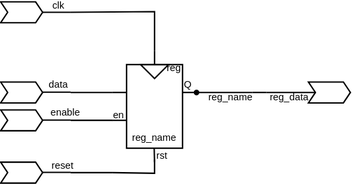
The draw.io diagram .pic/Basic Verilog structures/registers/fig_05.drawio.svg in MPSU/APS, before a commit. Source tidied: cells renumbered, new cells last; positions are measured from the earlier drawing's top-left corner, leaving out a move shared by most shapes. Its diagram source:
```xml
<mxGraphModel>
  <root>
    <mxCell id="0" />
    <mxCell id="1" parent="0" />
    <mxCell id="2" value="&lt;font style=&quot;font-size: 7px;&quot;&gt;reg_name&lt;/font&gt;" style="rounded=0;whiteSpace=wrap;html=1;verticalAlign=bottom;spacingBottom=0;fillColor=none;" parent="1" vertex="1">
      <mxGeometry x="90" y="45" width="40" height="60" as="geometry" />
    </mxCell>
    <mxCell id="3" value="reg" style="text;html=1;strokeColor=none;fillColor=none;align=center;verticalAlign=middle;whiteSpace=wrap;rounded=0;fontSize=7;" parent="1" vertex="1">
      <mxGeometry x="117" y="44" width="14" height="8" as="geometry" />
    </mxCell>
    <mxCell id="4" style="endArrow=none;html=1;rounded=0;fontSize=7;" parent="1" edge="1">
      <mxGeometry relative="1" as="geometry">
        <mxPoint x="90" y="65" as="sourcePoint" />
        <mxPoint x="80" y="65" as="targetPoint" />
      </mxGeometry>
    </mxCell>
    <mxCell id="5" style="endArrow=none;html=1;rounded=0;fontSize=7;" parent="1" edge="1">
      <mxGeometry relative="1" as="geometry">
        <mxPoint x="140" y="65" as="sourcePoint" />
        <mxPoint x="130" y="65" as="targetPoint" />
      </mxGeometry>
    </mxCell>
    <mxCell id="6" style="endArrow=none;html=1;rounded=0;fontSize=7;" parent="1" edge="1">
      <mxGeometry relative="1" as="geometry">
        <mxPoint x="110" y="45" as="sourcePoint" />
        <mxPoint x="110" y="35" as="targetPoint" />
      </mxGeometry>
    </mxCell>
    <mxCell id="7" style="triangle;whiteSpace=wrap;html=1;fontSize=7;rotation=90;fillColor=none;" parent="1" vertex="1">
      <mxGeometry x="105" y="40" width="10" height="20" as="geometry" />
    </mxCell>
    <mxCell id="8" value="Q" style="text;html=1;strokeColor=none;fillColor=none;align=center;verticalAlign=middle;whiteSpace=wrap;rounded=0;fontSize=7;" parent="1" vertex="1">
      <mxGeometry x="131" y="55" width="6" height="10" as="geometry" />
    </mxCell>
    <mxCell id="9" style="endArrow=none;html=1;rounded=0;fontSize=7;startArrow=oval;startFill=1;startSize=3;" parent="1" edge="1">
      <mxGeometry relative="1" as="geometry">
        <mxPoint x="140" y="65" as="sourcePoint" />
        <mxPoint x="180" y="65" as="targetPoint" />
      </mxGeometry>
    </mxCell>
    <mxCell id="10" value="&lt;font style=&quot;font-size: 7px;&quot;&gt;reg_name&lt;/font&gt;" style="edgeLabel;html=1;align=center;verticalAlign=middle;fontSize=7;labelBackgroundColor=none;" parent="9" vertex="1">
      <mxGeometry x="0.13" relative="1" as="geometry">
        <mxPoint y="3" as="offset" />
      </mxGeometry>
    </mxCell>
    <mxCell id="11" style="shape=step;perimeter=stepPerimeter;whiteSpace=wrap;html=1;fixedSize=1;labelBackgroundColor=#CB9EFF;fontSize=7;fillColor=none;size=5;" parent="1" vertex="1">
      <mxGeometry width="30" height="15" as="geometry" />
    </mxCell>
    <mxCell id="12" style="shape=step;perimeter=stepPerimeter;whiteSpace=wrap;html=1;fixedSize=1;labelBackgroundColor=#CB9EFF;fontSize=7;fillColor=none;size=5;" parent="1" vertex="1">
      <mxGeometry y="57.5" width="30" height="15" as="geometry" />
    </mxCell>
    <mxCell id="13" style="endArrow=none;html=1;rounded=0;fontSize=7;" parent="1" edge="1">
      <mxGeometry relative="1" as="geometry">
        <mxPoint x="50" y="64.8" as="sourcePoint" />
        <mxPoint x="30" y="64.8" as="targetPoint" />
      </mxGeometry>
    </mxCell>
    <mxCell id="14" value="data" style="edgeLabel;html=1;align=center;verticalAlign=middle;fontSize=7;labelBackgroundColor=none;" parent="13" vertex="1">
      <mxGeometry x="0.2" relative="1" as="geometry">
        <mxPoint x="2" y="-5" as="offset" />
      </mxGeometry>
    </mxCell>
    <mxCell id="15" style="endArrow=none;html=1;rounded=0;fontSize=7;" parent="1" edge="1">
      <mxGeometry relative="1" as="geometry">
        <mxPoint x="30" y="7.5" as="sourcePoint" />
        <mxPoint x="50" y="7.5" as="targetPoint" />
      </mxGeometry>
    </mxCell>
    <mxCell id="16" value="clk" style="edgeLabel;html=1;align=center;verticalAlign=middle;fontSize=7;labelBackgroundColor=none;" parent="15" vertex="1">
      <mxGeometry x="0.4" y="-1" relative="1" as="geometry">
        <mxPoint x="-4" y="-6" as="offset" />
      </mxGeometry>
    </mxCell>
    <mxCell id="17" style="shape=step;perimeter=stepPerimeter;whiteSpace=wrap;html=1;fixedSize=1;labelBackgroundColor=#CB9EFF;fontSize=7;fillColor=none;size=5;" parent="1" vertex="1">
      <mxGeometry x="220" y="57.5" width="30" height="15" as="geometry" />
    </mxCell>
    <mxCell id="18" style="endArrow=none;html=1;rounded=0;fontSize=7;" parent="1" edge="1">
      <mxGeometry relative="1" as="geometry">
        <mxPoint x="225" y="65" as="sourcePoint" />
        <mxPoint x="190" y="65" as="targetPoint" />
      </mxGeometry>
    </mxCell>
    <mxCell id="19" value="reg_data" style="edgeLabel;html=1;align=center;verticalAlign=middle;fontSize=7;labelBackgroundColor=none;" parent="18" vertex="1">
      <mxGeometry x="0.2" relative="1" as="geometry">
        <mxPoint x="1" y="3" as="offset" />
      </mxGeometry>
    </mxCell>
    <mxCell id="20" style="endArrow=none;html=1;rounded=0;fontSize=7;" parent="1" edge="1">
      <mxGeometry relative="1" as="geometry">
        <mxPoint x="50" y="65" as="sourcePoint" />
        <mxPoint x="80" y="65" as="targetPoint" />
      </mxGeometry>
    </mxCell>
    <mxCell id="21" style="endArrow=none;html=1;rounded=0;fontSize=7;" parent="1" edge="1">
      <mxGeometry relative="1" as="geometry">
        <mxPoint x="110" y="35" as="sourcePoint" />
        <mxPoint x="50" y="7.5" as="targetPoint" />
        <Array as="points">
          <mxPoint x="110" y="7" />
        </Array>
      </mxGeometry>
    </mxCell>
    <mxCell id="22" style="endArrow=none;html=1;rounded=0;fontSize=7;" parent="1" edge="1">
      <mxGeometry relative="1" as="geometry">
        <mxPoint x="180" y="65" as="sourcePoint" />
        <mxPoint x="190" y="65" as="targetPoint" />
      </mxGeometry>
    </mxCell>
    <mxCell id="23" style="endArrow=none;html=1;rounded=0;fontSize=7;" parent="1" edge="1">
      <mxGeometry relative="1" as="geometry">
        <mxPoint x="79.8" y="85" as="sourcePoint" />
        <mxPoint x="89.8" y="85" as="targetPoint" />
      </mxGeometry>
    </mxCell>
    <mxCell id="24" value="en" style="edgeLabel;html=1;align=center;verticalAlign=middle;fontSize=7;labelBackgroundColor=none;" parent="23" vertex="1">
      <mxGeometry x="-0.41" relative="1" as="geometry">
        <mxPoint x="1" y="-4" as="offset" />
      </mxGeometry>
    </mxCell>
    <mxCell id="25" style="endArrow=none;html=1;rounded=0;fontSize=7;" parent="1" edge="1">
      <mxGeometry relative="1" as="geometry">
        <mxPoint x="110" y="115" as="sourcePoint" />
        <mxPoint x="109.8" y="105" as="targetPoint" />
      </mxGeometry>
    </mxCell>
    <mxCell id="26" value="rst" style="edgeLabel;html=1;align=center;verticalAlign=middle;fontSize=7;" parent="25" vertex="1">
      <mxGeometry x="0.41" relative="1" as="geometry">
        <mxPoint x="5" y="2" as="offset" />
      </mxGeometry>
    </mxCell>
    <mxCell id="27" style="group;" parent="1" vertex="1">
      <mxGeometry y="77.5" width="80" height="15" as="geometry" />
    </mxCell>
    <mxCell id="28" style="shape=step;perimeter=stepPerimeter;whiteSpace=wrap;html=1;fixedSize=1;labelBackgroundColor=#CB9EFF;fontSize=7;fillColor=none;size=5;" parent="27" vertex="1">
      <mxGeometry width="30" height="15" as="geometry" />
    </mxCell>
    <mxCell id="29" style="endArrow=none;html=1;rounded=0;fontSize=7;" parent="27" edge="1">
      <mxGeometry relative="1" as="geometry">
        <mxPoint x="50" y="7.3" as="sourcePoint" />
        <mxPoint x="30" y="7.3" as="targetPoint" />
      </mxGeometry>
    </mxCell>
    <mxCell id="30" value="enable" style="edgeLabel;html=1;align=center;verticalAlign=middle;fontSize=7;labelBackgroundColor=none;" parent="29" vertex="1">
      <mxGeometry x="0.2" relative="1" as="geometry">
        <mxPoint x="7" y="-5" as="offset" />
      </mxGeometry>
    </mxCell>
    <mxCell id="31" style="endArrow=none;html=1;rounded=0;fontSize=7;" parent="27" edge="1">
      <mxGeometry relative="1" as="geometry">
        <mxPoint x="50" y="7.5" as="sourcePoint" />
        <mxPoint x="80" y="7.5" as="targetPoint" />
      </mxGeometry>
    </mxCell>
    <mxCell id="32" style="group;" parent="1" vertex="1">
      <mxGeometry y="115" width="80" height="15" as="geometry" />
    </mxCell>
    <mxCell id="33" style="shape=step;perimeter=stepPerimeter;whiteSpace=wrap;html=1;fixedSize=1;labelBackgroundColor=#CB9EFF;fontSize=7;fillColor=none;size=5;" parent="32" vertex="1">
      <mxGeometry width="30" height="15" as="geometry" />
    </mxCell>
    <mxCell id="34" style="endArrow=none;html=1;rounded=0;fontSize=7;" parent="32" edge="1">
      <mxGeometry relative="1" as="geometry">
        <mxPoint x="50" y="7.3" as="sourcePoint" />
        <mxPoint x="30" y="7.3" as="targetPoint" />
      </mxGeometry>
    </mxCell>
    <mxCell id="35" value="reset" style="edgeLabel;html=1;align=center;verticalAlign=middle;fontSize=7;labelBackgroundColor=none;" parent="34" vertex="1">
      <mxGeometry x="0.2" relative="1" as="geometry">
        <mxPoint x="5" y="-5" as="offset" />
      </mxGeometry>
    </mxCell>
    <mxCell id="36" style="endArrow=none;html=1;rounded=0;fontSize=7;" parent="32" edge="1">
      <mxGeometry relative="1" as="geometry">
        <mxPoint x="50" y="7.5" as="sourcePoint" />
        <mxPoint x="80" y="7.5" as="targetPoint" />
      </mxGeometry>
    </mxCell>
    <mxCell id="37" style="endArrow=none;html=1;rounded=0;fontSize=7;" parent="1" edge="1">
      <mxGeometry relative="1" as="geometry">
        <mxPoint x="80" y="122.5" as="sourcePoint" />
        <mxPoint x="110" y="113" as="targetPoint" />
        <Array as="points">
          <mxPoint x="110" y="123" />
        </Array>
      </mxGeometry>
    </mxCell>
  </root>
</mxGraphModel>
```
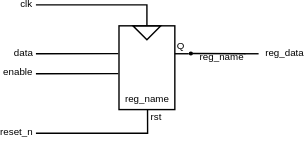
After the commit.

The edit, as a diff of the source:
```diff
@@ -3,185 +3,84 @@
     <mxCell id="0" />
     <mxCell id="1" parent="0" />
     <mxCell id="2" value="&lt;font style=&quot;font-size: 7px;&quot;&gt;reg_name&lt;/font&gt;" style="rounded=0;whiteSpace=wrap;html=1;verticalAlign=bottom;spacingBottom=0;fillColor=none;" parent="1" vertex="1">
-      <mxGeometry x="90" y="45" width="40" height="60" as="geometry" />
+      <mxGeometry x="-192.5" y="76" width="40" height="60" as="geometry" />
     </mxCell>
-    <mxCell id="3" value="reg" style="text;html=1;strokeColor=none;fillColor=none;align=center;verticalAlign=middle;whiteSpace=wrap;rounded=0;fontSize=7;" parent="1" vertex="1">
-      <mxGeometry x="117" y="44" width="14" height="8" as="geometry" />
+    <mxCell id="3" style="endArrow=none;html=1;rounded=0;fontSize=7;" parent="1" edge="1">
+      <mxGeometry relative="1" as="geometry">
+        <mxPoint x="-142.5" y="96" as="sourcePoint" />
+        <mxPoint x="-152.5" y="96" as="targetPoint" />
+      </mxGeometry>
     </mxCell>
-    <mxCell id="4" style="endArrow=none;html=1;rounded=0;fontSize=7;" parent="1" edge="1">
+    <mxCell id="4" style="edgeStyle=orthogonalEdgeStyle;rounded=0;jettySize=auto;html=1;exitX=0;exitY=0.5;exitDx=0;exitDy=0;endArrow=none;endFill=0;" parent="1" edge="1" source="5">
       <mxGeometry relative="1" as="geometry">
-        <mxPoint x="90" y="65" as="sourcePoint" />
-        <mxPoint x="80" y="65" as="targetPoint" />
+        <mxPoint x="-252" y="61" as="targetPoint" />
+        <Array as="points">
+          <mxPoint x="-172" y="61" />
+        </Array>
       </mxGeometry>
     </mxCell>
-    <mxCell id="5" style="endArrow=none;html=1;rounded=0;fontSize=7;" parent="1" edge="1">
-      <mxGeometry relative="1" as="geometry">
-        <mxPoint x="140" y="65" as="sourcePoint" />
-        <mxPoint x="130" y="65" as="targetPoint" />
-      </mxGeometry>
+    <mxCell id="5" style="triangle;whiteSpace=wrap;html=1;fontSize=7;rotation=90;fillColor=none;" parent="1" vertex="1">
+      <mxGeometry x="-177.5" y="71" width="10" height="20" as="geometry" />
     </mxCell>
-    <mxCell id="6" style="endArrow=none;html=1;rounded=0;fontSize=7;" parent="1" edge="1">
-      <mxGeometry relative="1" as="geometry">
-        <mxPoint x="110" y="45" as="sourcePoint" />
-        <mxPoint x="110" y="35" as="targetPoint" />
-      </mxGeometry>
+    <mxCell id="6" value="Q" style="text;html=1;strokeColor=none;fillColor=none;align=center;verticalAlign=middle;whiteSpace=wrap;rounded=0;fontSize=7;" parent="1" vertex="1">
+      <mxGeometry x="-151.5" y="86" width="6" height="10" as="geometry" />
     </mxCell>
-    <mxCell id="7" style="triangle;whiteSpace=wrap;html=1;fontSize=7;rotation=90;fillColor=none;" parent="1" vertex="1">
-      <mxGeometry x="105" y="40" width="10" height="20" as="geometry" />
+    <mxCell id="7" style="endArrow=none;html=1;rounded=0;fontSize=7;startArrow=oval;startFill=1;endSize=6;startSize=2;" parent="1" edge="1">
+      <mxGeometry relative="1" as="geometry">
+        <mxPoint x="-141" y="95.8" as="sourcePoint" />
+        <mxPoint x="-102" y="96" as="targetPoint" />
+      </mxGeometry>
     </mxCell>
-    <mxCell id="8" value="Q" style="text;html=1;strokeColor=none;fillColor=none;align=center;verticalAlign=middle;whiteSpace=wrap;rounded=0;fontSize=7;" parent="1" vertex="1">
-      <mxGeometry x="131" y="55" width="6" height="10" as="geometry" />
+    <mxCell id="8" value="&lt;font style=&quot;font-size: 7px;&quot;&gt;reg_name&lt;/font&gt;" style="edgeLabel;html=1;align=center;verticalAlign=middle;fontSize=7;labelBackgroundColor=none;" parent="7" vertex="1">
+      <mxGeometry x="0.13" relative="1" as="geometry">
+        <mxPoint y="3" as="offset" />
+      </mxGeometry>
     </mxCell>
-    <mxCell id="9" style="endArrow=none;html=1;rounded=0;fontSize=7;startArrow=oval;startFill=1;startSize=3;" parent="1" edge="1">
+    <mxCell id="9" style="endArrow=none;html=1;rounded=0;fontSize=7;" parent="1" edge="1">
       <mxGeometry relative="1" as="geometry">
-        <mxPoint x="140" y="65" as="sourcePoint" />
-        <mxPoint x="180" y="65" as="targetPoint" />
+        <mxPoint x="-102.5" y="96" as="sourcePoint" />
+        <mxPoint x="-92.5" y="96" as="targetPoint" />
       </mxGeometry>
     </mxCell>
-    <mxCell id="10" value="&lt;font style=&quot;font-size: 7px;&quot;&gt;reg_name&lt;/font&gt;" style="edgeLabel;html=1;align=center;verticalAlign=middle;fontSize=7;labelBackgroundColor=none;" parent="9" vertex="1">
-      <mxGeometry x="0.13" relative="1" as="geometry">
-        <mxPoint y="3" as="offset" />
+    <mxCell id="10" style="endArrow=none;html=1;rounded=0;fontSize=7;entryX=0.511;entryY=0.992;entryDx=0;entryDy=0;entryPerimeter=0;" parent="1" edge="1" target="2">
+      <mxGeometry relative="1" as="geometry">
+        <mxPoint x="-252" y="153" as="sourcePoint" />
+        <Array as="points">
+          <mxPoint x="-172" y="153" />
+        </Array>
       </mxGeometry>
     </mxCell>
-    <mxCell id="11" style="shape=step;perimeter=stepPerimeter;whiteSpace=wrap;html=1;fixedSize=1;labelBackgroundColor=#CB9EFF;fontSize=7;fillColor=none;size=5;" parent="1" vertex="1">
-      <mxGeometry width="30" height="15" as="geometry" />
+    <mxCell id="11" value="rst" style="edgeLabel;html=1;align=center;verticalAlign=middle;fontSize=7;" parent="10" vertex="1">
+      <mxGeometry x="0.41" relative="1" as="geometry">
+        <mxPoint x="17" y="-11" as="offset" />
+      </mxGeometry>
     </mxCell>
-    <mxCell id="12" style="shape=step;perimeter=stepPerimeter;whiteSpace=wrap;html=1;fixedSize=1;labelBackgroundColor=#CB9EFF;fontSize=7;fillColor=none;size=5;" parent="1" vertex="1">
-      <mxGeometry y="57.5" width="30" height="15" as="geometry" />
+    <mxCell id="12" style="edgeStyle=orthogonalEdgeStyle;rounded=0;orthogonalLoop=1;jettySize=auto;html=1;exitX=0;exitY=0.75;exitDx=0;exitDy=0;exitPerimeter=0;endArrow=none;endFill=0;" parent="1" edge="1">
+      <mxGeometry relative="1" as="geometry">
+        <mxPoint x="-193" y="110.3" as="sourcePoint" />
+        <mxPoint x="-252" y="110.3" as="targetPoint" />
+      </mxGeometry>
     </mxCell>
-    <mxCell id="13" style="endArrow=none;html=1;rounded=0;fontSize=7;" parent="1" edge="1">
-      <mxGeometry relative="1" as="geometry">
-        <mxPoint x="50" y="64.8" as="sourcePoint" />
-        <mxPoint x="30" y="64.8" as="targetPoint" />
-      </mxGeometry>
+    <mxCell id="13" value="reg_data" style="edgeLabel;html=1;align=center;verticalAlign=middle;fontSize=7;labelBackgroundColor=none;" parent="1" vertex="1">
+      <mxGeometry x="-74" y="96" as="geometry" />
     </mxCell>
-    <mxCell id="14" value="data" style="edgeLabel;html=1;align=center;verticalAlign=middle;fontSize=7;labelBackgroundColor=none;" parent="13" vertex="1">
-      <mxGeometry x="0.2" relative="1" as="geometry">
-        <mxPoint x="2" y="-5" as="offset" />
-      </mxGeometry>
+    <mxCell id="14" value="reset_n" style="edgeLabel;html=1;align=center;verticalAlign=middle;fontSize=7;labelBackgroundColor=none;" parent="1" vertex="1">
+      <mxGeometry x="-266.5" y="153.3" as="geometry" />
     </mxCell>
-    <mxCell id="15" style="endArrow=none;html=1;rounded=0;fontSize=7;" parent="1" edge="1">
-      <mxGeometry relative="1" as="geometry">
-        <mxPoint x="30" y="7.5" as="sourcePoint" />
-        <mxPoint x="50" y="7.5" as="targetPoint" />
-      </mxGeometry>
+    <mxCell id="15" value="data" style="edgeLabel;html=1;align=center;verticalAlign=middle;fontSize=7;labelBackgroundColor=none;" parent="1" vertex="1">
+      <mxGeometry x="-261" y="96" as="geometry" />
     </mxCell>
-    <mxCell id="16" value="clk" style="edgeLabel;html=1;align=center;verticalAlign=middle;fontSize=7;labelBackgroundColor=none;" parent="15" vertex="1">
-      <mxGeometry x="0.4" y="-1" relative="1" as="geometry">
-        <mxPoint x="-4" y="-6" as="offset" />
-      </mxGeometry>
+    <mxCell id="16" value="enable" style="edgeLabel;html=1;align=center;verticalAlign=middle;fontSize=7;labelBackgroundColor=none;" parent="1" vertex="1">
+      <mxGeometry x="-265" y="110" as="geometry" />
     </mxCell>
-    <mxCell id="17" style="shape=step;perimeter=stepPerimeter;whiteSpace=wrap;html=1;fixedSize=1;labelBackgroundColor=#CB9EFF;fontSize=7;fillColor=none;size=5;" parent="1" vertex="1">
-      <mxGeometry x="220" y="57.5" width="30" height="15" as="geometry" />
+    <mxCell id="17" value="clk" style="edgeLabel;html=1;align=center;verticalAlign=middle;fontSize=7;labelBackgroundColor=none;" parent="1" vertex="1">
+      <mxGeometry x="-259" y="61" as="geometry" />
     </mxCell>
-    <mxCell id="18" style="endArrow=none;html=1;rounded=0;fontSize=7;" parent="1" edge="1">
+    <mxCell id="18" style="edgeStyle=orthogonalEdgeStyle;rounded=0;orthogonalLoop=1;jettySize=auto;html=1;exitX=0;exitY=0.75;exitDx=0;exitDy=0;exitPerimeter=0;endArrow=none;endFill=0;" parent="1" edge="1">
       <mxGeometry relative="1" as="geometry">
-        <mxPoint x="225" y="65" as="sourcePoint" />
-        <mxPoint x="190" y="65" as="targetPoint" />
+        <mxPoint x="-193" y="95.9" as="sourcePoint" />
+        <mxPoint x="-252" y="95.9" as="targetPoint" />
       </mxGeometry>
     </mxCell>
-    <mxCell id="19" value="reg_data" style="edgeLabel;html=1;align=center;verticalAlign=middle;fontSize=7;labelBackgroundColor=none;" parent="18" vertex="1">
-      <mxGeometry x="0.2" relative="1" as="geometry">
-        <mxPoint x="1" y="3" as="offset" />
-      </mxGeometry>
-    </mxCell>
-    <mxCell id="20" style="endArrow=none;html=1;rounded=0;fontSize=7;" parent="1" edge="1">
-      <mxGeometry relative="1" as="geometry">
-        <mxPoint x="50" y="65" as="sourcePoint" />
-        <mxPoint x="80" y="65" as="targetPoint" />
-      </mxGeometry>
-    </mxCell>
-    <mxCell id="21" style="endArrow=none;html=1;rounded=0;fontSize=7;" parent="1" edge="1">
-      <mxGeometry relative="1" as="geometry">
-        <mxPoint x="110" y="35" as="sourcePoint" />
-        <mxPoint x="50" y="7.5" as="targetPoint" />
-        <Array as="points">
-          <mxPoint x="110" y="7" />
-        </Array>
-      </mxGeometry>
-    </mxCell>
-    <mxCell id="22" style="endArrow=none;html=1;rounded=0;fontSize=7;" parent="1" edge="1">
-      <mxGeometry relative="1" as="geometry">
-        <mxPoint x="180" y="65" as="sourcePoint" />
-        <mxPoint x="190" y="65" as="targetPoint" />
-      </mxGeometry>
-    </mxCell>
-    <mxCell id="23" style="endArrow=none;html=1;rounded=0;fontSize=7;" parent="1" edge="1">
-      <mxGeometry relative="1" as="geometry">
-        <mxPoint x="79.8" y="85" as="sourcePoint" />
-        <mxPoint x="89.8" y="85" as="targetPoint" />
-      </mxGeometry>
-    </mxCell>
-    <mxCell id="24" value="en" style="edgeLabel;html=1;align=center;verticalAlign=middle;fontSize=7;labelBackgroundColor=none;" parent="23" vertex="1">
-      <mxGeometry x="-0.41" relative="1" as="geometry">
-        <mxPoint x="1" y="-4" as="offset" />
-      </mxGeometry>
-    </mxCell>
-    <mxCell id="25" style="endArrow=none;html=1;rounded=0;fontSize=7;" parent="1" edge="1">
-      <mxGeometry relative="1" as="geometry">
-        <mxPoint x="110" y="115" as="sourcePoint" />
-        <mxPoint x="109.8" y="105" as="targetPoint" />
-      </mxGeometry>
-    </mxCell>
-    <mxCell id="26" value="rst" style="edgeLabel;html=1;align=center;verticalAlign=middle;fontSize=7;" parent="25" vertex="1">
-      <mxGeometry x="0.41" relative="1" as="geometry">
-        <mxPoint x="5" y="2" as="offset" />
-      </mxGeometry>
-    </mxCell>
-    <mxCell id="27" style="group;" parent="1" vertex="1">
-      <mxGeometry y="77.5" width="80" height="15" as="geometry" />
-    </mxCell>
-    <mxCell id="28" style="shape=step;perimeter=stepPerimeter;whiteSpace=wrap;html=1;fixedSize=1;labelBackgroundColor=#CB9EFF;fontSize=7;fillColor=none;size=5;" parent="27" vertex="1">
-      <mxGeometry width="30" height="15" as="geometry" />
-    </mxCell>
-    <mxCell id="29" style="endArrow=none;html=1;rounded=0;fontSize=7;" parent="27" edge="1">
-      <mxGeometry relative="1" as="geometry">
-        <mxPoint x="50" y="7.3" as="sourcePoint" />
-        <mxPoint x="30" y="7.3" as="targetPoint" />
-      </mxGeometry>
-    </mxCell>
-    <mxCell id="30" value="enable" style="edgeLabel;html=1;align=center;verticalAlign=middle;fontSize=7;labelBackgroundColor=none;" parent="29" vertex="1">
-      <mxGeometry x="0.2" relative="1" as="geometry">
-        <mxPoint x="7" y="-5" as="offset" />
-      </mxGeometry>
-    </mxCell>
-    <mxCell id="31" style="endArrow=none;html=1;rounded=0;fontSize=7;" parent="27" edge="1">
-      <mxGeometry relative="1" as="geometry">
-        <mxPoint x="50" y="7.5" as="sourcePoint" />
-        <mxPoint x="80" y="7.5" as="targetPoint" />
-      </mxGeometry>
-    </mxCell>
-    <mxCell id="32" style="group;" parent="1" vertex="1">
-      <mxGeometry y="115" width="80" height="15" as="geometry" />
-    </mxCell>
-    <mxCell id="33" style="shape=step;perimeter=stepPerimeter;whiteSpace=wrap;html=1;fixedSize=1;labelBackgroundColor=#CB9EFF;fontSize=7;fillColor=none;size=5;" parent="32" vertex="1">
-      <mxGeometry width="30" height="15" as="geometry" />
-    </mxCell>
-    <mxCell id="34" style="endArrow=none;html=1;rounded=0;fontSize=7;" parent="32" edge="1">
-      <mxGeometry relative="1" as="geometry">
-        <mxPoint x="50" y="7.3" as="sourcePoint" />
-        <mxPoint x="30" y="7.3" as="targetPoint" />
-      </mxGeometry>
-    </mxCell>
-    <mxCell id="35" value="reset" style="edgeLabel;html=1;align=center;verticalAlign=middle;fontSize=7;labelBackgroundColor=none;" parent="34" vertex="1">
-      <mxGeometry x="0.2" relative="1" as="geometry">
-        <mxPoint x="5" y="-5" as="offset" />
-      </mxGeometry>
-    </mxCell>
-    <mxCell id="36" style="endArrow=none;html=1;rounded=0;fontSize=7;" parent="32" edge="1">
-      <mxGeometry relative="1" as="geometry">
-        <mxPoint x="50" y="7.5" as="sourcePoint" />
-        <mxPoint x="80" y="7.5" as="targetPoint" />
-      </mxGeometry>
-    </mxCell>
-    <mxCell id="37" style="endArrow=none;html=1;rounded=0;fontSize=7;" parent="1" edge="1">
-      <mxGeometry relative="1" as="geometry">
-        <mxPoint x="80" y="122.5" as="sourcePoint" />
-        <mxPoint x="110" y="113" as="targetPoint" />
-        <Array as="points">
-          <mxPoint x="110" y="123" />
-        </Array>
-      </mxGeometry>
-    </mxCell>
   </root>
 </mxGraphModel>
```
